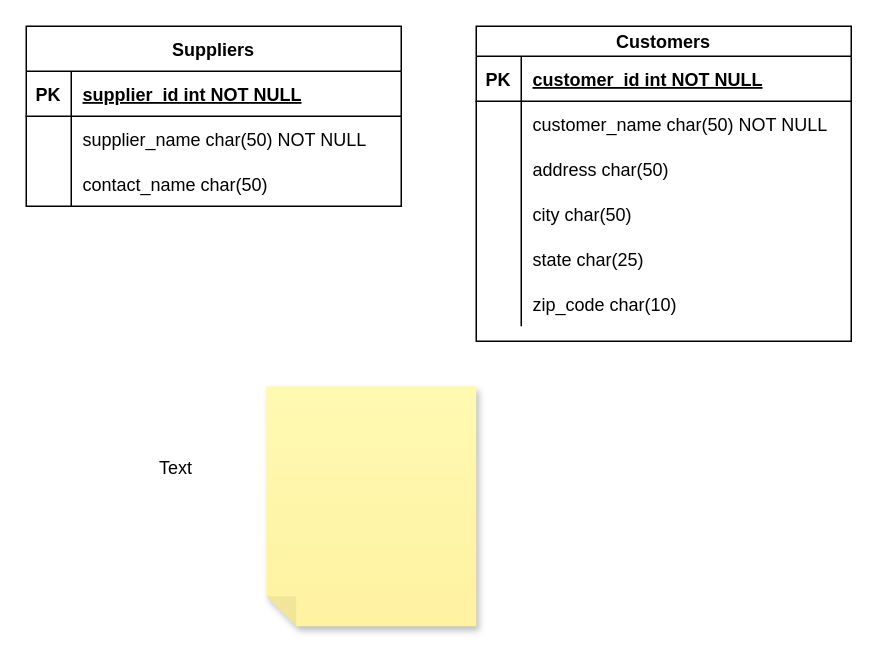
Tangweiwei227/draw keeps this draw.io diagram as qindian/测试1.drawio. Above is the earlier version. Source tidied: cells renumbered, new cells numbered last; positions are measured from the earlier drawing's top-left corner, leaving out a move shared by most shapes. Both pictures are drawn from the tidied source at 150%, with x=0, y=0 at pixel (26, 26).
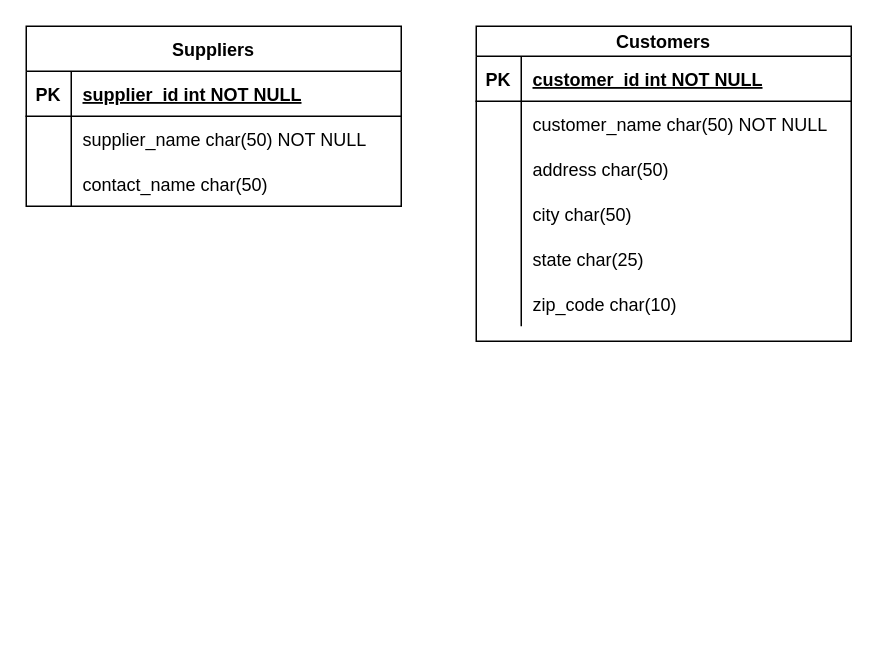
The same diagram, later.

The edit, as a diff of the source:
```diff
@@
-    <mxCell id="32" value="Text" style="text;strokeColor=none;align=center;fillColor=none;html=1;verticalAlign=middle;whiteSpace=wrap;rounded=0;" parent="1" vertex="1">
-      <mxGeometry x="70" y="280" width="60" height="30" as="geometry" />
-    </mxCell>
-    <mxCell id="33" style="shape=note;whiteSpace=wrap;html=1;backgroundOutline=1;fontColor=#000000;darkOpacity=0.05;fillColor=#FFF9B2;strokeColor=none;fillStyle=solid;direction=west;gradientDirection=north;gradientColor=#FFF2A1;shadow=1;size=20;" parent="1" vertex="1">
-      <mxGeometry x="160" y="240" width="140" height="160" as="geometry" />
-    </mxCell>
```
